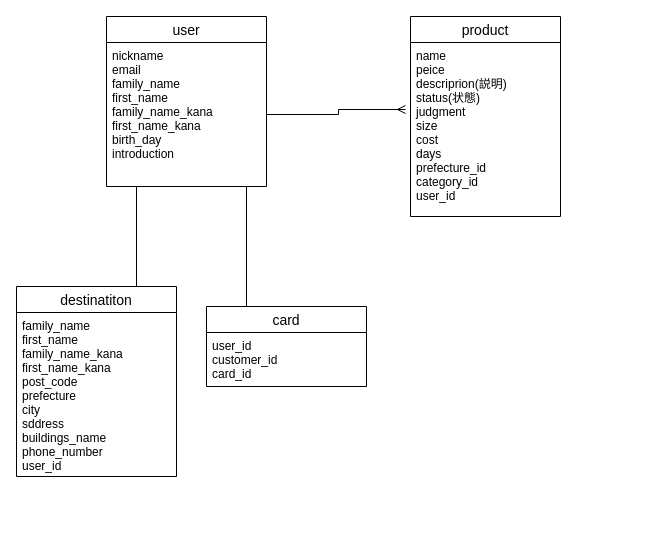
Earlier version of the draw.io diagram furima.dio (renharano/furima-33045). Source tidied: cells renumbered, new cells numbered last; positions are measured from the earlier drawing's top-left corner, leaving out a move shared by most shapes. Both pictures are drawn from the tidied source at 100%, with x=0, y=0 at pixel (16, 16).
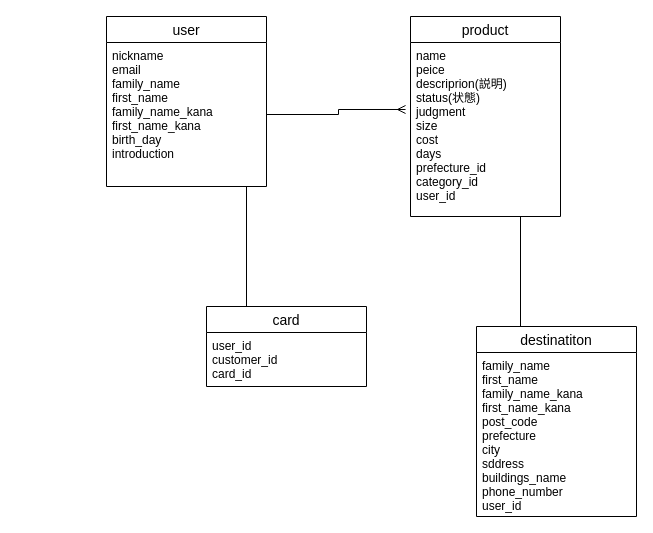
After the change.

What changed in the source:
```diff
@@
 <mxGraphModel>
   <root>
     <mxCell id="0" />
     <mxCell id="1" parent="0" />
     <mxCell id="2" value="user" style="swimlane;fontStyle=0;horizontal=1;startSize=26;align=center;fontSize=14;" parent="1" vertex="1">
       <mxGeometry x="90" width="160" height="170" as="geometry" />
     </mxCell>
     <mxCell id="3" value="nickname&#10;email&#10;family_name&#10;first_name&#10;family_name_kana&#10;first_name_kana&#10;birth_day&#10;introduction" style="text;strokeColor=none;fillColor=none;spacingLeft=4;spacingRight=4;overflow=hidden;points=[[0,0.5],[1,0.5]];portConstraint=eastwest;fontSize=12;" parent="2" vertex="1">
       <mxGeometry y="26" width="160" height="144" as="geometry" />
     </mxCell>
     <mxCell id="4" value="product" style="swimlane;fontStyle=0;horizontal=1;startSize=26;align=center;fontSize=14;" parent="1" vertex="1">
       <mxGeometry x="394" width="150" height="200" as="geometry" />
     </mxCell>
     <mxCell id="5" value="name&#10;peice&#10;descriprion(説明)&#10;status(状態)&#10;judgment&#10;size&#10;cost&#10;days&#10;prefecture_id&#10;category_id&#10;user_id&#10;" style="text;strokeColor=none;fillColor=none;spacingLeft=4;spacingRight=4;overflow=hidden;points=[[0,0.5],[1,0.5]];portConstraint=eastwest;fontSize=12;" parent="4" vertex="1">
       <mxGeometry y="26" width="150" height="174" as="geometry" />
     </mxCell>
     <mxCell id="6" style="edgeStyle=orthogonalEdgeStyle;rounded=0;jettySize=auto;html=1;exitX=0.25;exitY=0;exitDx=0;exitDy=0;endArrow=none;endFill=0;" parent="1" edge="1" source="7">
       <mxGeometry relative="1" as="geometry">
         <mxPoint x="230" y="170" as="targetPoint" />
       </mxGeometry>
     </mxCell>
     <mxCell id="7" value="card" style="swimlane;fontStyle=0;horizontal=1;startSize=26;align=center;fontSize=14;" parent="1" vertex="1">
       <mxGeometry x="190" y="290" width="160" height="80" as="geometry" />
     </mxCell>
     <mxCell id="8" value="user_id&#10;customer_id&#10;card_id" style="text;strokeColor=none;fillColor=none;spacingLeft=4;spacingRight=4;overflow=hidden;fontSize=12;" parent="7" vertex="1">
       <mxGeometry y="26" width="160" height="54" as="geometry" />
     </mxCell>
-    <mxCell id="9" style="edgeStyle=orthogonalEdgeStyle;rounded=0;jettySize=auto;html=1;exitX=0.75;exitY=0;exitDx=0;exitDy=0;endArrow=none;endFill=0;" parent="1" edge="1" source="10">
+    <mxCell id="9" style="edgeStyle=orthogonalEdgeStyle;rounded=0;jettySize=auto;html=1;exitX=0.25;exitY=0;exitDx=0;exitDy=0;endArrow=none;endFill=0;" parent="1" edge="1" source="10">
       <mxGeometry relative="1" as="geometry">
-        <mxPoint x="120" y="170" as="targetPoint" />
+        <mxPoint x="504" y="200" as="targetPoint" />
+        <Array as="points">
+          <mxPoint x="504" y="310" />
+        </Array>
       </mxGeometry>
     </mxCell>
     <mxCell id="10" value="destinatiton" style="swimlane;fontStyle=0;horizontal=1;startSize=26;align=center;fontSize=14;" parent="1" vertex="1">
-      <mxGeometry y="270" width="160" height="190" as="geometry" />
+      <mxGeometry x="460" y="310" width="160" height="190" as="geometry" />
     </mxCell>
     <mxCell id="11" value="family_name&#10;first_name&#10;family_name_kana&#10;first_name_kana&#10;post_code&#10;prefecture&#10;city&#10;sddress&#10;buildings_name&#10;phone_number&#10;user_id&#10;" style="text;strokeColor=none;fillColor=none;spacingLeft=4;spacingRight=4;overflow=hidden;fontSize=12;" parent="10" vertex="1">
       <mxGeometry y="26" width="160" height="164" as="geometry" />
     </mxCell>
     <mxCell id="12" style="edgeStyle=orthogonalEdgeStyle;rounded=0;jettySize=auto;html=1;entryX=-0.033;entryY=0.385;entryDx=0;entryDy=0;entryPerimeter=0;endArrow=ERmany;endFill=0;" parent="1" edge="1" source="3" target="5">
       <mxGeometry relative="1" as="geometry" />
     </mxCell>
   </root>
 </mxGraphModel>
```
